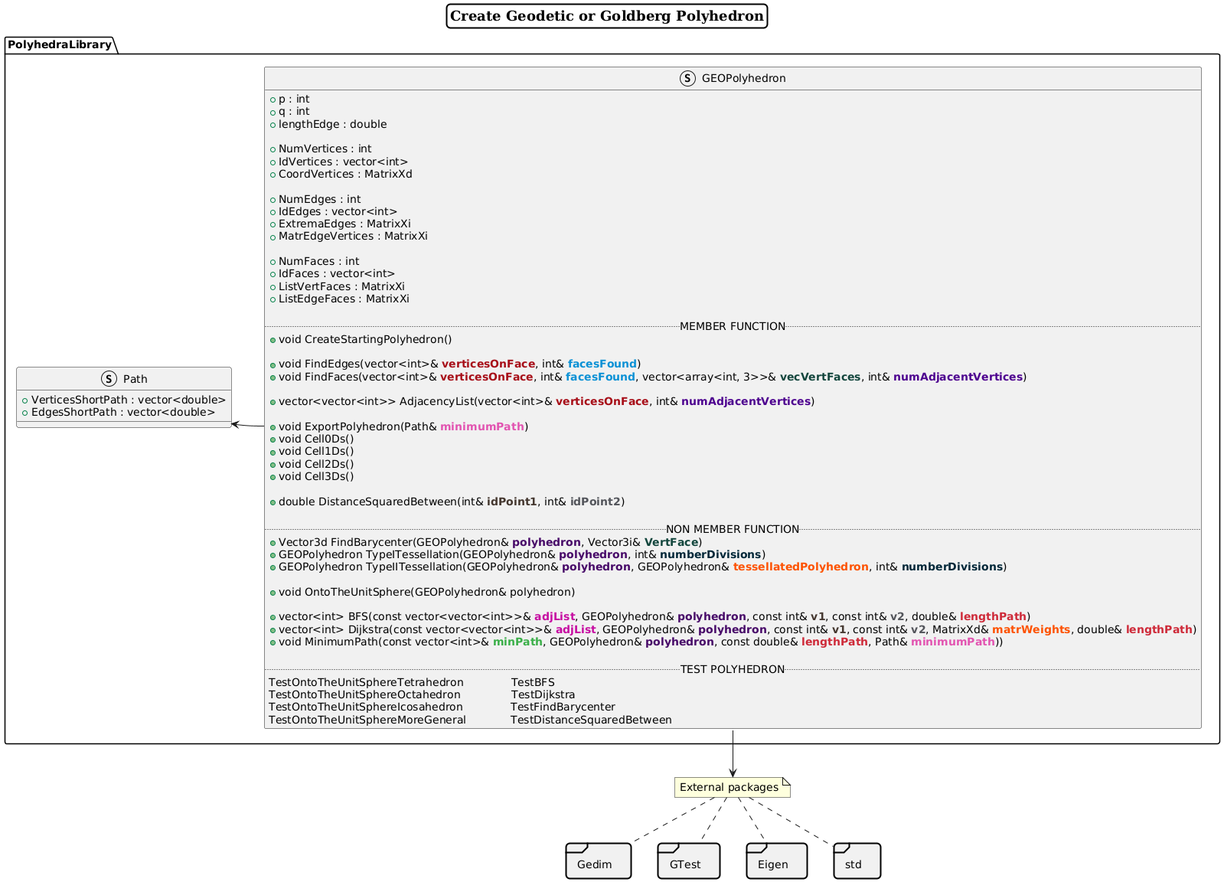
Above: Documentation/PNG_images/PolyhedraLibrary.png in M4rc10n3/ProgettoPCS2025 (PlantUML), before the change.
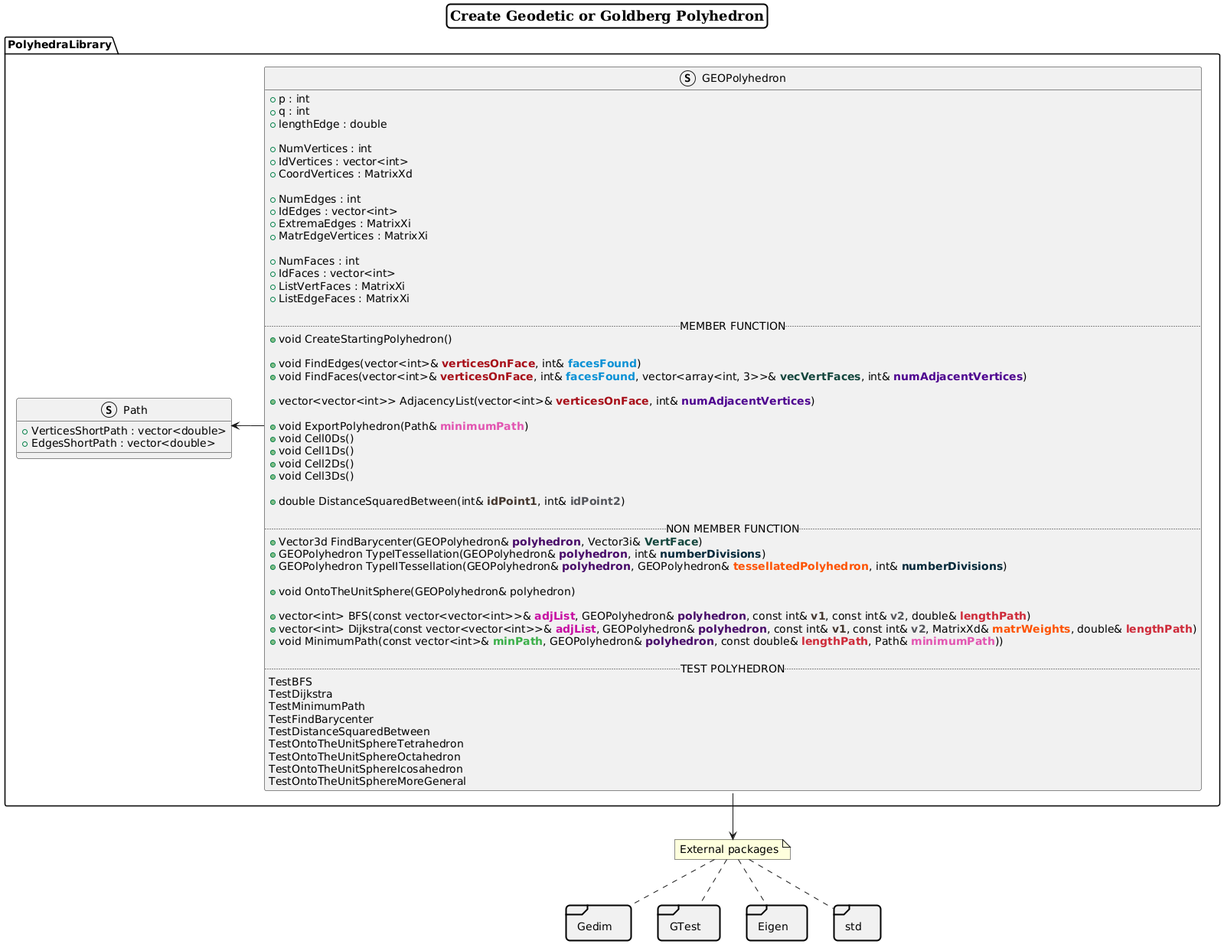
Above is the later version.

Change to the diagram source:
```diff
@@ -65,10 +65,15 @@
   + void MinimumPath(const vector<int>& **<color:#3BAF49>minPath</color>**, GEOPolyhedron& **<color #470968>polyhedron</color>**, const double& **<color:#CE2A39>lengthPath</color>**, Path& **<color:#E255B1>minimumPath</color>**))
 
   .. TEST POLYHEDRON ..
-  TestOntoTheUnitSphereTetrahedron              TestBFS
-  TestOntoTheUnitSphereOctahedron               TestDijkstra
-  TestOntoTheUnitSphereIcosahedron              TestFindBarycenter
-  TestOntoTheUnitSphereMoreGeneral             TestDistanceSquaredBetween
+  TestBFS
+  TestDijkstra
+  TestMinimumPath
+  TestFindBarycenter
+  TestDistanceSquaredBetween
+  TestOntoTheUnitSphereTetrahedron
+  TestOntoTheUnitSphereOctahedron
+  TestOntoTheUnitSphereIcosahedron
+  TestOntoTheUnitSphereMoreGeneral
   }
 
 struct Path {
```
